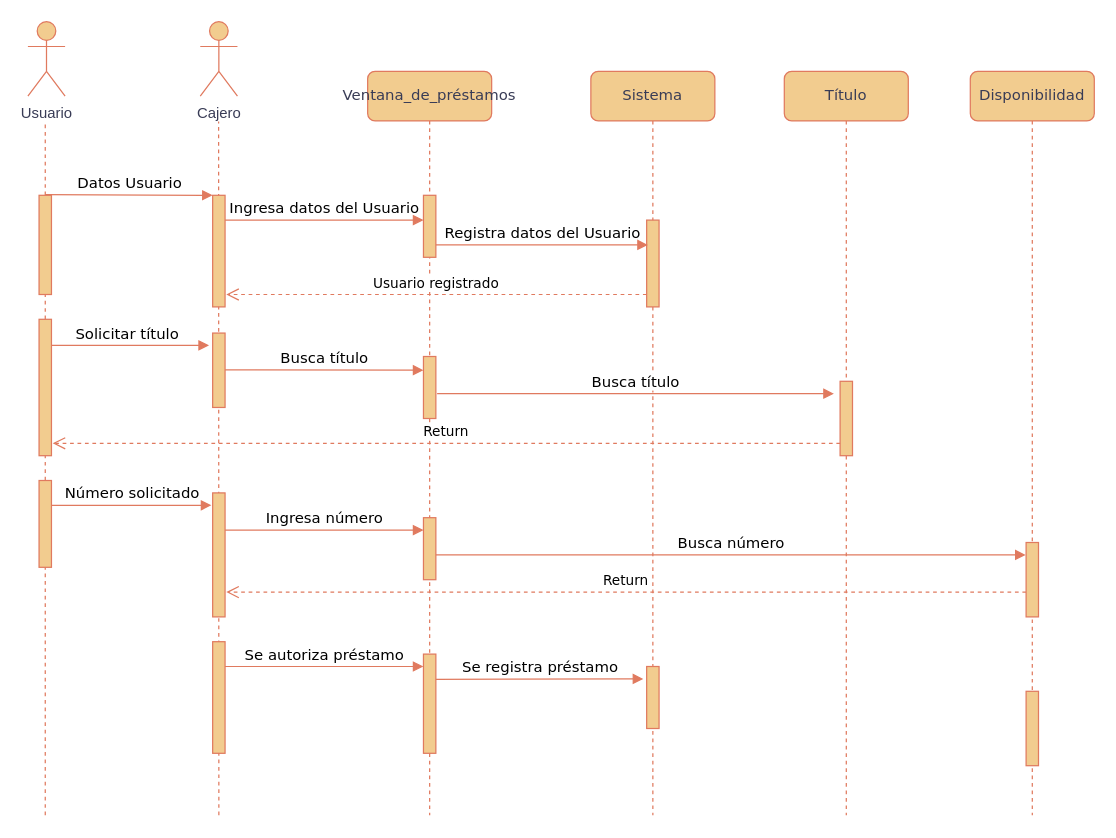
andreamorenom/Laboratorio-Empresarial keeps this draw.io diagram as Diagrama de Secuencia blockbuster.drawio. Above is the earlier version. Source tidied: cells renumbered, new cells numbered last; positions are measured from the earlier drawing's top-left corner, leaving out a move shared by most shapes. Both pictures are drawn from the tidied source at 124%, with x=0, y=0 at pixel (27, 21).
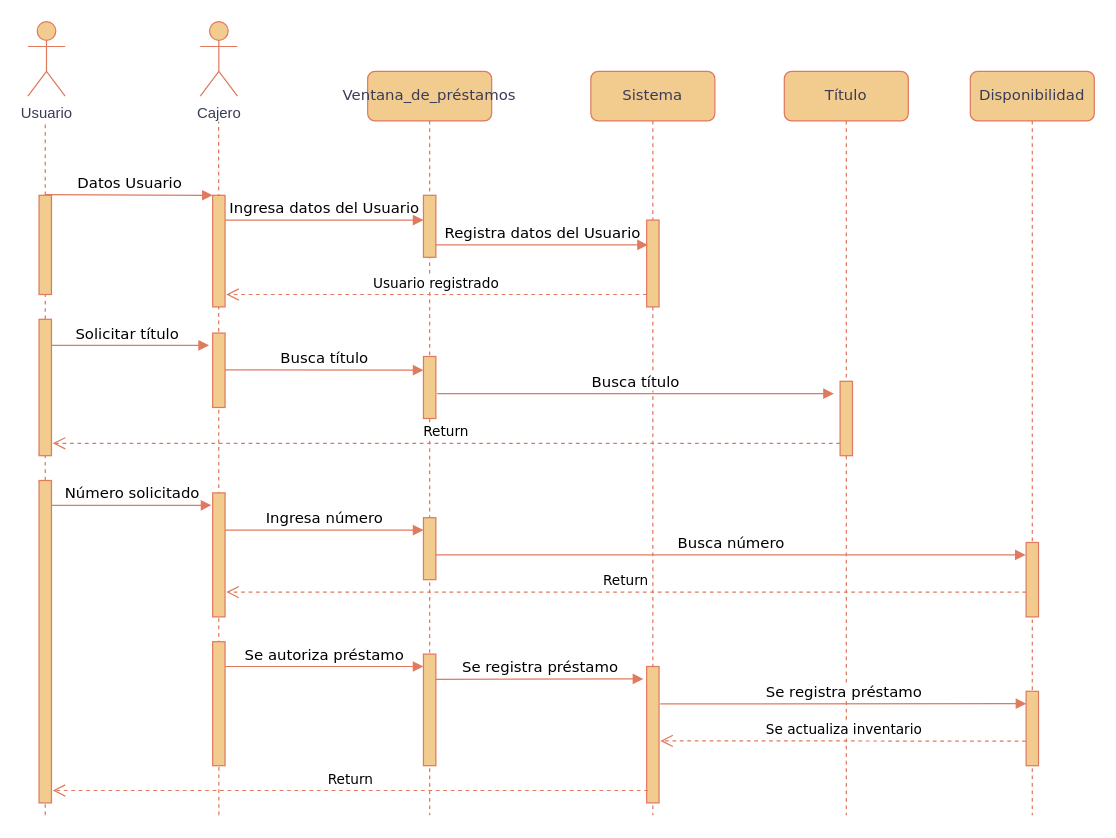
The same page after the edit.

The change refers to these unchanged cells:
```xml
<mxCell id="4" value="Ventana_de_préstamos" style="shape=umlLifeline;perimeter=lifelinePerimeter;whiteSpace=wrap;html=1;rounded=1;shadow=0;comic=0;labelBackgroundColor=none;strokeWidth=1;fontFamily=Verdana;fontSize=12;align=center;fillColor=#F2CC8F;strokeColor=#E07A5F;fontColor=#393C56;" parent="1" vertex="1">
  <mxGeometry x="274" y="40" width="100" height="600" as="geometry" />
</mxCell>
<mxCell id="11" value="Sistema" style="shape=umlLifeline;perimeter=lifelinePerimeter;whiteSpace=wrap;html=1;rounded=1;shadow=0;comic=0;labelBackgroundColor=none;strokeWidth=1;fontFamily=Verdana;fontSize=12;align=center;fillColor=#F2CC8F;strokeColor=#E07A5F;fontColor=#393C56;" parent="1" vertex="1">
  <mxGeometry x="454" y="40" width="100" height="600" as="geometry" />
</mxCell>
<mxCell id="30" value="Título" style="shape=umlLifeline;perimeter=lifelinePerimeter;whiteSpace=wrap;html=1;rounded=1;shadow=0;comic=0;labelBackgroundColor=none;strokeWidth=1;fontFamily=Verdana;fontSize=12;align=center;fillColor=#F2CC8F;strokeColor=#E07A5F;fontColor=#393C56;" parent="1" vertex="1">
  <mxGeometry x="610" y="40" width="100" height="600" as="geometry" />
</mxCell>
<mxCell id="39" style="html=1;points=[];perimeter=orthogonalPerimeter;rounded=0;shadow=0;comic=0;labelBackgroundColor=none;strokeWidth=1;fontFamily=Verdana;fontSize=12;align=center;fillColor=#F2CC8F;strokeColor=#E07A5F;fontColor=#393C56;" parent="37" vertex="1">
  <mxGeometry x="45" y="500" width="10" height="60" as="geometry" />
</mxCell>
```

Change to the diagram source:
```diff
@@
     <mxCell id="9" style="html=1;perimeter=orthogonalPerimeter;rounded=0;shadow=0;comic=0;labelBackgroundColor=none;strokeWidth=1;fontFamily=Verdana;fontSize=12;align=center;fillColor=#F2CC8F;strokeColor=#E07A5F;fontColor=#393C56;" parent="4" vertex="1">
-      <mxGeometry x="45" y="470" width="10" height="80" as="geometry" />
+      <mxGeometry x="45" y="470" width="10" height="90" as="geometry" />
     </mxCell>
@@
     <mxCell id="15" style="html=1;perimeter=orthogonalPerimeter;rounded=0;shadow=0;comic=0;labelBackgroundColor=none;strokeWidth=1;fontFamily=Verdana;fontSize=12;align=center;fillColor=#F2CC8F;strokeColor=#E07A5F;fontColor=#393C56;" parent="11" vertex="1">
-      <mxGeometry x="45" y="480" width="10" height="50" as="geometry" />
+      <mxGeometry x="45" y="480" width="10" height="110" as="geometry" />
     </mxCell>
@@
+    <mxCell id="44" value="Se registra préstamo" style="html=1;verticalAlign=bottom;endArrow=block;labelBackgroundColor=default;fontFamily=Verdana;fontSize=12;edgeStyle=elbowEdgeStyle;elbow=vertical;strokeColor=#E07A5F;fontColor=default;entryX=0.019;entryY=0.156;entryDx=0;entryDy=0;entryPerimeter=0;" parent="30" edge="1" target="39">
+      <mxGeometry relative="1" as="geometry">
+        <mxPoint x="-100" y="510.1" as="sourcePoint" />
+      </mxGeometry>
+    </mxCell>
@@
     <mxCell id="34" style="html=1;points=[];perimeter=orthogonalPerimeter;rounded=0;shadow=0;comic=0;labelBackgroundColor=none;strokeWidth=1;fontFamily=Verdana;fontSize=12;align=center;fillColor=#F2CC8F;strokeColor=#E07A5F;fontColor=#393C56;" parent="1" vertex="1">
-      <mxGeometry x="9" y="370" width="10" height="70" as="geometry" />
+      <mxGeometry x="9" y="370" width="10" height="260" as="geometry" />
     </mxCell>
@@
     <mxCell id="42" style="html=1;points=[];perimeter=orthogonalPerimeter;rounded=0;shadow=0;comic=0;labelBackgroundColor=none;strokeWidth=1;fontFamily=Verdana;fontSize=12;align=center;fillColor=#F2CC8F;strokeColor=#E07A5F;fontColor=#393C56;" parent="1" vertex="1">
-      <mxGeometry x="149" y="500" width="10" height="90" as="geometry" />
+      <mxGeometry x="149" y="500" width="10" height="100" as="geometry" />
     </mxCell>
@@
+    <mxCell id="45" value="&lt;span style=&quot;background-color: light-dark(#ffffff, var(--ge-dark-color, #121212));&quot;&gt;&lt;font style=&quot;font-size: 11px;&quot;&gt;Se actualiza inventario&lt;/font&gt;&lt;/span&gt;" style="html=1;verticalAlign=bottom;endArrow=open;dashed=1;endSize=8;labelBackgroundColor=none;fontFamily=Verdana;fontSize=12;edgeStyle=elbowEdgeStyle;elbow=vertical;strokeColor=#E07A5F;fontColor=default;exitX=-0.021;exitY=0.669;exitDx=0;exitDy=0;exitPerimeter=0;" parent="1" edge="1" source="39">
+      <mxGeometry relative="1" as="geometry">
+        <mxPoint x="510" y="580" as="targetPoint" />
+        <Array as="points">
+          <mxPoint x="740" y="580" />
+        </Array>
+      </mxGeometry>
+    </mxCell>
+    <mxCell id="46" value="&lt;span style=&quot;background-color: light-dark(#ffffff, var(--ge-dark-color, #121212));&quot;&gt;&lt;font style=&quot;font-size: 11px;&quot;&gt;Return&lt;/font&gt;&lt;/span&gt;" style="html=1;verticalAlign=bottom;endArrow=open;dashed=1;endSize=8;labelBackgroundColor=none;fontFamily=Verdana;fontSize=12;edgeStyle=elbowEdgeStyle;elbow=vertical;strokeColor=#E07A5F;fontColor=default;" parent="1" edge="1">
+      <mxGeometry relative="1" as="geometry">
+        <mxPoint x="500" y="620" as="sourcePoint" />
+        <mxPoint x="20" y="620" as="targetPoint" />
+        <Array as="points">
+          <mxPoint x="440" y="620" />
+        </Array>
+      </mxGeometry>
+    </mxCell>
```
